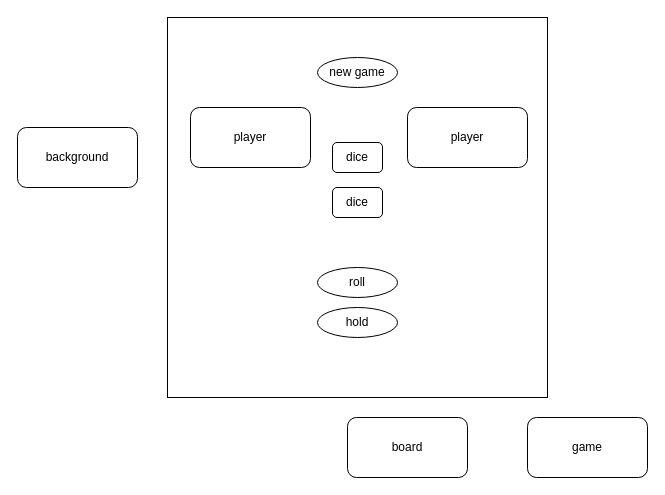
Before: Untitled Diagram.drawio in ibarkay/fullstack, a draw.io diagram. Source tidied: cells renumbered, new cells numbered last; positions are measured from the earlier drawing's top-left corner, leaving out a move shared by most shapes. Both pictures are drawn from the tidied source at 100%, with x=0, y=0 at pixel (17, 17).
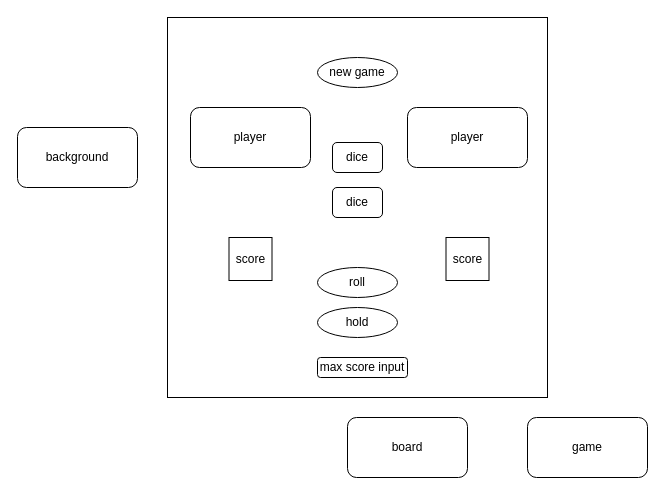
Above is the later version.

What changed in the source:
```diff
@@
 <mxGraphModel>
   <root>
     <mxCell id="0" />
     <mxCell id="1" parent="0" />
     <mxCell id="2" style="whiteSpace=wrap;html=1;" parent="1" vertex="1">
       <mxGeometry x="150" width="380" height="380" as="geometry" />
     </mxCell>
     <mxCell id="3" value="game" style="rounded=1;whiteSpace=wrap;html=1;" parent="1" vertex="1">
       <mxGeometry x="510" y="400" width="120" height="60" as="geometry" />
     </mxCell>
     <mxCell id="4" value="background" style="rounded=1;whiteSpace=wrap;html=1;" parent="1" vertex="1">
       <mxGeometry y="110" width="120" height="60" as="geometry" />
     </mxCell>
     <mxCell id="5" value="board" style="rounded=1;whiteSpace=wrap;html=1;" parent="1" vertex="1">
       <mxGeometry x="330" y="400" width="120" height="60" as="geometry" />
     </mxCell>
     <mxCell id="6" value="player" style="rounded=1;whiteSpace=wrap;html=1;" parent="1" vertex="1">
       <mxGeometry x="173" y="90" width="120" height="60" as="geometry" />
     </mxCell>
     <mxCell id="7" value="dice" style="rounded=1;whiteSpace=wrap;html=1;" parent="1" vertex="1">
       <mxGeometry x="315" y="125" width="50" height="30" as="geometry" />
     </mxCell>
     <mxCell id="8" value="new game" style="ellipse;whiteSpace=wrap;html=1;" parent="1" vertex="1">
       <mxGeometry x="300" y="40" width="80" height="30" as="geometry" />
     </mxCell>
     <mxCell id="9" value="dice" style="rounded=1;whiteSpace=wrap;html=1;" parent="1" vertex="1">
       <mxGeometry x="315" y="170" width="50" height="30" as="geometry" />
     </mxCell>
     <mxCell id="10" value="player" style="rounded=1;whiteSpace=wrap;html=1;" parent="1" vertex="1">
       <mxGeometry x="390" y="90" width="120" height="60" as="geometry" />
     </mxCell>
     <mxCell id="11" value="roll" style="ellipse;whiteSpace=wrap;html=1;" parent="1" vertex="1">
       <mxGeometry x="300" y="250" width="80" height="30" as="geometry" />
     </mxCell>
     <mxCell id="12" value="hold" style="ellipse;whiteSpace=wrap;html=1;" parent="1" vertex="1">
       <mxGeometry x="300" y="290" width="80" height="30" as="geometry" />
     </mxCell>
+    <mxCell id="13" value="score" style="whiteSpace=wrap;html=1;" parent="1" vertex="1">
+      <mxGeometry x="211.5" y="220" width="43" height="43" as="geometry" />
+    </mxCell>
+    <mxCell id="14" value="score" style="whiteSpace=wrap;html=1;" parent="1" vertex="1">
+      <mxGeometry x="428.5" y="220" width="43" height="43" as="geometry" />
+    </mxCell>
+    <mxCell id="15" value="max score input" style="rounded=1;whiteSpace=wrap;html=1;" parent="1" vertex="1">
+      <mxGeometry x="300" y="340" width="90" height="20" as="geometry" />
+    </mxCell>
   </root>
 </mxGraphModel>
```
